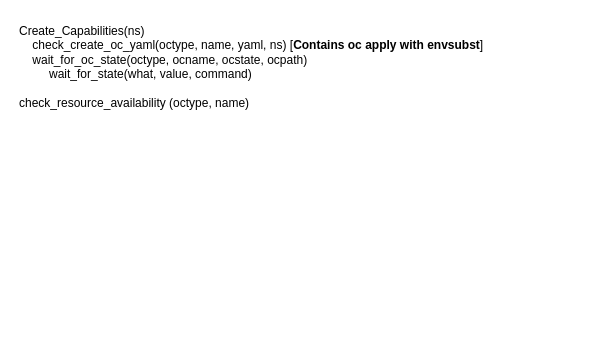
Before: page "Design code" (3 of 3) of doc/design.drawio in ADesprets/cp4i-install, a draw.io diagram. Source tidied: cells renumbered, new cells numbered last; positions are measured from the earlier drawing's top-left corner, leaving out a move shared by most shapes. Both pictures are drawn from the tidied source at 100%, with x=0, y=0 at pixel (17, 17).
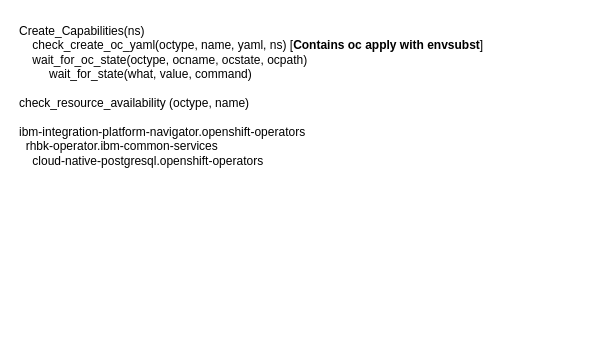
After the change.

Diff of the diagram source:
```diff
@@
 <mxGraphModel>
   <root>
     <mxCell id="0" />
     <mxCell id="1" parent="0" />
-    <mxCell id="2" value="Create_Capabilities(ns)&lt;br&gt;&lt;div&gt;&lt;span style=&quot;&quot;&gt;&lt;/span&gt;&lt;span style=&quot;&quot;&gt;&lt;/span&gt;&lt;span style=&quot;&quot;&gt;&lt;/span&gt;&amp;nbsp; &amp;nbsp; check_create_oc_yaml(octype, name, yaml, ns) [&lt;b&gt;Contains oc apply with envsubst&lt;/b&gt;]&lt;/div&gt;&lt;div&gt;&lt;span style=&quot;&quot;&gt;&#9;&lt;/span&gt;&lt;span style=&quot;&quot;&gt;&#9;&lt;/span&gt;&lt;/div&gt;&lt;div&gt;&lt;div style=&quot;border-color: var(--border-color);&quot;&gt;&lt;span style=&quot;&quot;&gt;&lt;span style=&quot;&quot;&gt;&lt;/span&gt;&lt;/span&gt;&lt;span style=&quot;background-color: initial;&quot;&gt;&amp;nbsp; &amp;nbsp;&lt;/span&gt;&lt;span style=&quot;background-color: initial;&quot;&gt;&amp;nbsp;&lt;/span&gt;wait_for_oc_state(octype, ocname, ocstate, ocpath)&lt;/div&gt;&lt;/div&gt;&amp;nbsp; &amp;nbsp; &amp;nbsp; &amp;nbsp; &amp;nbsp;wait_for_state(what, value, command)&lt;br&gt;&amp;nbsp; &amp;nbsp;&amp;nbsp;&lt;div&gt;&lt;span style=&quot;background-color: initial;&quot;&gt;check_resource_availability (octype, name)&lt;/span&gt;&lt;/div&gt;" style="text;html=1;strokeColor=none;fillColor=none;align=left;verticalAlign=top;whiteSpace=wrap;rounded=0;" parent="1" vertex="1">
-      <mxGeometry width="570" height="100" as="geometry" />
+    <mxCell id="2" value="Create_Capabilities(ns)&lt;br&gt;&lt;div&gt;&lt;span style=&quot;&quot;&gt;&lt;/span&gt;&lt;span style=&quot;&quot;&gt;&lt;/span&gt;&lt;span style=&quot;&quot;&gt;&lt;/span&gt;&amp;nbsp; &amp;nbsp; check_create_oc_yaml(octype, name, yaml, ns) [&lt;b&gt;Contains oc apply with envsubst&lt;/b&gt;]&lt;/div&gt;&lt;div&gt;&lt;span style=&quot;&quot;&gt;&#9;&lt;/span&gt;&lt;span style=&quot;&quot;&gt;&#9;&lt;/span&gt;&lt;/div&gt;&lt;div&gt;&lt;div style=&quot;border-color: var(--border-color);&quot;&gt;&lt;span style=&quot;&quot;&gt;&lt;span style=&quot;&quot;&gt;&lt;/span&gt;&lt;/span&gt;&lt;span style=&quot;background-color: initial;&quot;&gt;&amp;nbsp; &amp;nbsp;&lt;/span&gt;&lt;span style=&quot;background-color: initial;&quot;&gt;&amp;nbsp;&lt;/span&gt;wait_for_oc_state(octype, ocname, ocstate, ocpath)&lt;/div&gt;&lt;/div&gt;&amp;nbsp; &amp;nbsp; &amp;nbsp; &amp;nbsp; &amp;nbsp;wait_for_state(what, value, command)&lt;br&gt;&amp;nbsp; &amp;nbsp;&amp;nbsp;&lt;div&gt;&lt;span style=&quot;background-color: initial;&quot;&gt;check_resource_availability (octype, name)&lt;/span&gt;&lt;/div&gt;&lt;div&gt;&lt;span style=&quot;background-color: initial;&quot;&gt;&lt;br&gt;&lt;/span&gt;&lt;/div&gt;&lt;div&gt;&lt;span style=&quot;background-color: initial;&quot;&gt;&lt;div&gt;ibm-integration-platform-navigator.openshift-operators&lt;/div&gt;&lt;div&gt;&lt;span style=&quot;&quot;&gt;&lt;/span&gt;&amp;nbsp; rhbk-operator.ibm-common-services&lt;/div&gt;&lt;div&gt;&lt;span style=&quot;&quot;&gt;&lt;/span&gt;&amp;nbsp; &amp;nbsp; cloud-native-postgresql.openshift-operators&lt;/div&gt;&lt;/span&gt;&lt;/div&gt;" style="text;html=1;strokeColor=none;fillColor=none;align=left;verticalAlign=top;whiteSpace=wrap;rounded=0;" parent="1" vertex="1">
+      <mxGeometry width="570" height="310" as="geometry" />
     </mxCell>
   </root>
 </mxGraphModel>
```
